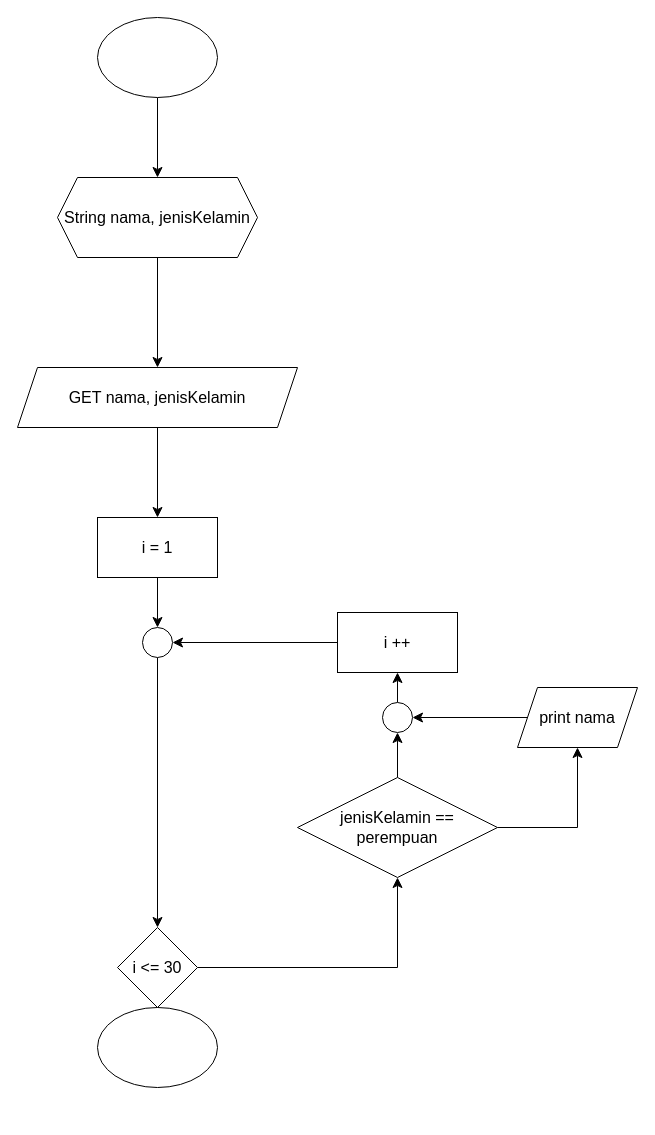
VozSoldat/Kuliah-Yes keeps this draw.io diagram as tugas7.drawio. Above is the earlier version. Source tidied: cells renumbered, new cells numbered last; positions are measured from the earlier drawing's top-left corner, leaving out a move shared by most shapes. Both pictures are drawn from the tidied source at 100%, with x=0, y=0 at pixel (17, 17).
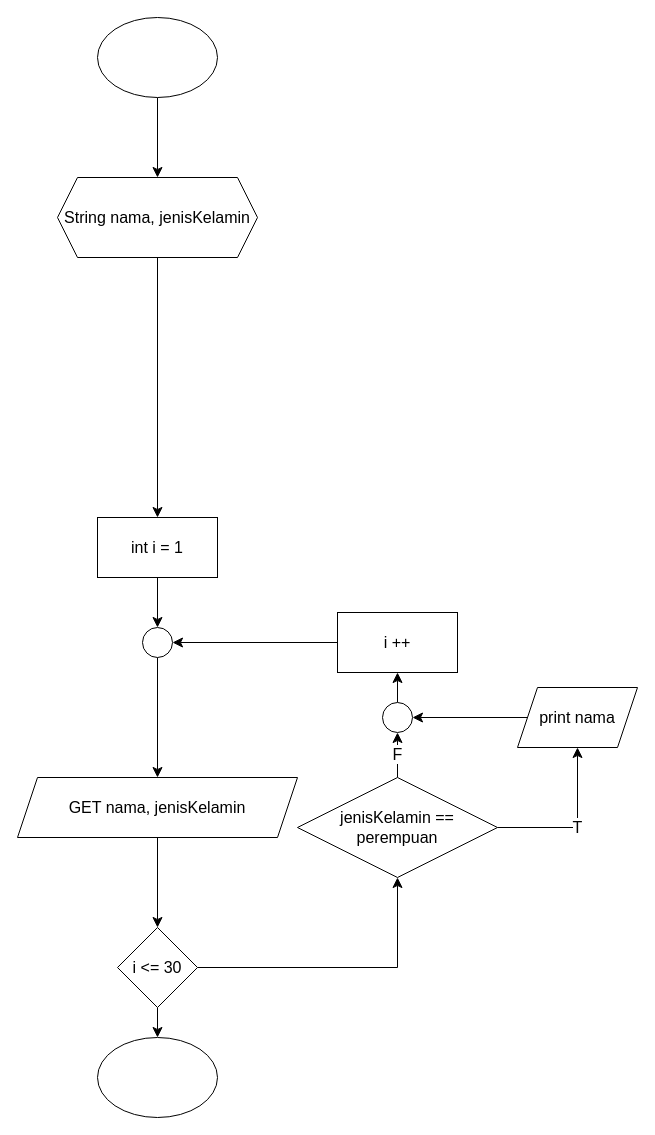
Above is the later version.

The change refers to these unchanged cells:
```xml
<mxCell id="5" value="String nama, jenisKelamin" style="shape=hexagon;perimeter=hexagonPerimeter2;whiteSpace=wrap;html=1;fixedSize=1;fontSize=16;" parent="1" vertex="1">
  <mxGeometry x="40" y="160" width="200" height="80" as="geometry" />
</mxCell>
<mxCell id="12" value="i &amp;lt;= 30" style="rhombus;whiteSpace=wrap;html=1;rounded=0;strokeColor=default;align=center;verticalAlign=middle;fontFamily=Helvetica;fontSize=16;fontColor=default;fillColor=default;" parent="1" vertex="1">
  <mxGeometry x="100" y="910" width="80" height="80" as="geometry" />
</mxCell>
<mxCell id="15" value="jenisKelamin == perempuan" style="rhombus;whiteSpace=wrap;html=1;rounded=0;strokeColor=default;align=center;verticalAlign=middle;fontFamily=Helvetica;fontSize=16;fontColor=default;fillColor=default;" parent="1" vertex="1">
  <mxGeometry x="280" y="760" width="200" height="100" as="geometry" />
</mxCell>
<mxCell id="17" value="print nama" style="shape=parallelogram;perimeter=parallelogramPerimeter;whiteSpace=wrap;html=1;fixedSize=1;rounded=0;strokeColor=default;align=center;verticalAlign=middle;fontFamily=Helvetica;fontSize=16;fontColor=default;fillColor=default;" parent="1" vertex="1">
  <mxGeometry x="500" y="670" width="120" height="60" as="geometry" />
</mxCell>
<mxCell id="21" style="ellipse;whiteSpace=wrap;html=1;rounded=0;strokeColor=default;align=center;verticalAlign=middle;fontFamily=Helvetica;fontSize=16;fontColor=default;fillColor=default;" parent="1" vertex="1">
  <mxGeometry x="365" y="685" width="30" height="30" as="geometry" />
</mxCell>
<mxCell id="23" style="ellipse;whiteSpace=wrap;html=1;rounded=0;strokeColor=default;align=center;verticalAlign=middle;fontFamily=Helvetica;fontSize=16;fontColor=default;fillColor=default;" parent="1" vertex="1">
  <mxGeometry x="125" y="610" width="30" height="30" as="geometry" />
</mxCell>
```

The edit, as a diff of the source:
```diff
@@
-    <mxCell id="4" style="edgeStyle=orthogonalEdgeStyle;rounded=0;jettySize=auto;html=1;entryX=0.5;entryY=0;entryDx=0;entryDy=0;fontSize=12;startSize=8;endSize=8;" parent="1" edge="1" source="5" target="7">
+    <mxCell id="4" style="edgeStyle=orthogonalEdgeStyle;rounded=0;jettySize=auto;html=1;fontSize=12;startSize=8;endSize=8;entryX=0.5;entryY=0;entryDx=0;entryDy=0;" parent="1" edge="1" source="5" target="9">
       <mxGeometry relative="1" as="geometry" />
     </mxCell>
@@
-    <mxCell id="6" style="edgeStyle=orthogonalEdgeStyle;rounded=0;jettySize=auto;html=1;fontSize=12;startSize=8;endSize=8;" parent="1" edge="1" source="7" target="9">
-      <mxGeometry relative="1" as="geometry" />
-    </mxCell>
-    <mxCell id="7" value="GET nama, jenisKelamin" style="shape=parallelogram;perimeter=parallelogramPerimeter;whiteSpace=wrap;html=1;fixedSize=1;fontSize=16;fillStyle=auto;" parent="1" vertex="1">
-      <mxGeometry y="350" width="280" height="60" as="geometry" />
-    </mxCell>
@@
-    <mxCell id="9" value="i = 1" style="rounded=0;whiteSpace=wrap;html=1;fontSize=16;" parent="1" vertex="1">
+    <mxCell id="9" value="int i = 1" style="rounded=0;whiteSpace=wrap;html=1;fontSize=16;" parent="1" vertex="1">
       <mxGeometry x="80" y="500" width="120" height="60" as="geometry" />
     </mxCell>
@@
-    <mxCell id="13" style="edgeStyle=orthogonalEdgeStyle;shape=connector;rounded=0;jettySize=auto;html=1;labelBackgroundColor=default;strokeColor=default;align=center;verticalAlign=middle;fontFamily=Helvetica;fontSize=16;fontColor=default;endArrow=classic;startSize=8;endSize=8;" parent="1" edge="1" source="15" target="17">
+    <mxCell id="13" value="T" style="edgeStyle=orthogonalEdgeStyle;shape=connector;rounded=0;jettySize=auto;html=1;labelBackgroundColor=default;strokeColor=default;align=center;verticalAlign=middle;fontFamily=Helvetica;fontSize=16;fontColor=default;endArrow=classic;startSize=8;endSize=8;" parent="1" edge="1" source="15" target="17">
       <mxGeometry relative="1" as="geometry" />
     </mxCell>
-    <mxCell id="14" style="edgeStyle=orthogonalEdgeStyle;shape=connector;rounded=0;jettySize=auto;html=1;labelBackgroundColor=default;strokeColor=default;align=center;verticalAlign=middle;fontFamily=Helvetica;fontSize=16;fontColor=default;endArrow=classic;startSize=8;endSize=8;" parent="1" edge="1" source="15" target="21">
+    <mxCell id="14" value="F" style="edgeStyle=orthogonalEdgeStyle;shape=connector;rounded=0;jettySize=auto;html=1;labelBackgroundColor=default;strokeColor=default;align=center;verticalAlign=middle;fontFamily=Helvetica;fontSize=16;fontColor=default;endArrow=classic;startSize=8;endSize=8;" parent="1" edge="1" source="15" target="21">
       <mxGeometry relative="1" as="geometry">
         <Array as="points">
           <mxPoint x="390" y="700" />
           <mxPoint x="390" y="700" />
         </Array>
       </mxGeometry>
     </mxCell>
@@
-    <mxCell id="22" style="edgeStyle=orthogonalEdgeStyle;shape=connector;rounded=0;jettySize=auto;html=1;entryX=0.5;entryY=0;entryDx=0;entryDy=0;labelBackgroundColor=default;strokeColor=default;align=center;verticalAlign=middle;fontFamily=Helvetica;fontSize=16;fontColor=default;endArrow=classic;startSize=8;endSize=8;exitX=0.5;exitY=1;exitDx=0;exitDy=0;" parent="1" edge="1" source="23" target="12">
+    <mxCell id="22" style="edgeStyle=orthogonalEdgeStyle;shape=connector;rounded=0;jettySize=auto;html=1;entryX=0.5;entryY=0;entryDx=0;entryDy=0;labelBackgroundColor=default;strokeColor=default;align=center;verticalAlign=middle;fontFamily=Helvetica;fontSize=16;fontColor=default;endArrow=classic;startSize=8;endSize=8;exitX=0.5;exitY=1;exitDx=0;exitDy=0;" parent="1" edge="1" source="23" target="7">
       <mxGeometry relative="1" as="geometry" />
     </mxCell>
@@
     <mxCell id="24" style="ellipse;whiteSpace=wrap;html=1;rounded=0;strokeColor=default;align=center;verticalAlign=middle;fontFamily=Helvetica;fontSize=16;fontColor=default;fillColor=default;" parent="1" vertex="1">
-      <mxGeometry x="80" y="990" width="120" height="80" as="geometry" />
+      <mxGeometry x="80" y="1020" width="120" height="80" as="geometry" />
     </mxCell>
+    <mxCell id="25" style="edgeStyle=orthogonalEdgeStyle;shape=connector;rounded=0;jettySize=auto;html=1;entryX=0.5;entryY=0;entryDx=0;entryDy=0;labelBackgroundColor=default;strokeColor=default;align=center;verticalAlign=middle;fontFamily=Helvetica;fontSize=16;fontColor=default;endArrow=classic;startSize=8;endSize=8;" parent="1" edge="1" source="7" target="12">
+      <mxGeometry relative="1" as="geometry" />
+    </mxCell>
+    <mxCell id="7" value="GET nama, jenisKelamin" style="shape=parallelogram;perimeter=parallelogramPerimeter;whiteSpace=wrap;html=1;fixedSize=1;fontSize=16;fillStyle=auto;" parent="1" vertex="1">
+      <mxGeometry y="760" width="280" height="60" as="geometry" />
+    </mxCell>
```
